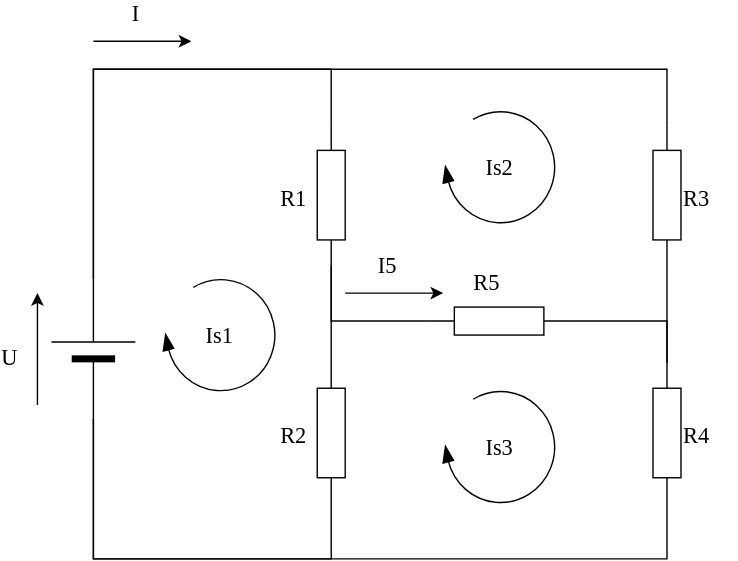
Above: examples/CircuitDiagram.drawio.svg in plow-technologies/onping-hmi-images (draw.io), before the change. Source tidied: cells renumbered, new cells last; positions are measured from the earlier drawing's top-left corner, leaving out a move shared by most shapes. The source it was exported from:
```xml
<mxGraphModel>
  <root>
    <mxCell id="0" />
    <mxCell id="1" parent="0" />
    <mxCell id="2" style="edgeStyle=orthogonalEdgeStyle;rounded=0;html=1;exitX=1;exitY=0.5;exitPerimeter=0;entryX=1;entryY=0.5;entryPerimeter=0;labelBackgroundColor=none;startArrow=none;startFill=0;startSize=5;endArrow=none;endFill=0;endSize=5;jettySize=auto;strokeWidth=1;fontFamily=Verdana;fontSize=12;" parent="1" edge="1" source="4" target="7">
      <mxGeometry relative="1" as="geometry">
        <Array as="points">
          <mxPoint x="50" y="20" />
          <mxPoint x="220" y="20" />
        </Array>
      </mxGeometry>
    </mxCell>
    <mxCell id="3" style="edgeStyle=orthogonalEdgeStyle;rounded=0;html=1;exitX=1;exitY=0.5;exitPerimeter=0;entryX=1;entryY=0.5;entryPerimeter=0;labelBackgroundColor=none;startArrow=none;startFill=0;startSize=5;endArrow=none;endFill=0;endSize=5;jettySize=auto;strokeWidth=1;fontFamily=Verdana;fontSize=12;" parent="1" edge="1" source="4" target="9">
      <mxGeometry relative="1" as="geometry">
        <Array as="points">
          <mxPoint x="50" y="20" />
          <mxPoint x="460" y="20" />
        </Array>
      </mxGeometry>
    </mxCell>
    <mxCell id="4" style="verticalLabelPosition=bottom;shadow=0;dashed=0;align=center;fillColor=#000000;html=1;verticalAlign=top;strokeWidth=1;shape=mxgraph.electrical.miscellaneous.monocell_battery;rounded=1;comic=0;labelBackgroundColor=none;fontFamily=Verdana;fontSize=12;rotation=-90;" parent="1" vertex="1">
      <mxGeometry y="190" width="100" height="60" as="geometry" />
    </mxCell>
    <mxCell id="5" style="edgeStyle=orthogonalEdgeStyle;rounded=0;html=1;exitX=0;exitY=0.5;exitPerimeter=0;entryX=0;entryY=0.5;entryPerimeter=0;labelBackgroundColor=none;startArrow=none;startFill=0;startSize=5;endArrow=none;endFill=0;endSize=5;jettySize=auto;strokeWidth=1;fontFamily=Verdana;fontSize=12;" parent="1" edge="1" source="7" target="15">
      <mxGeometry relative="1" as="geometry" />
    </mxCell>
    <mxCell id="6" style="edgeStyle=orthogonalEdgeStyle;rounded=0;html=1;exitX=0;exitY=0.5;exitPerimeter=0;entryX=1;entryY=0.5;entryPerimeter=0;labelBackgroundColor=none;startArrow=none;startFill=0;startSize=5;endArrow=none;endFill=0;endSize=5;jettySize=auto;strokeWidth=1;fontFamily=Verdana;fontSize=12;" parent="1" edge="1" source="7" target="11">
      <mxGeometry relative="1" as="geometry" />
    </mxCell>
    <mxCell id="7" style="verticalLabelPosition=bottom;shadow=0;dashed=0;align=center;html=1;verticalAlign=top;strokeWidth=1;shape=mxgraph.electrical.resistors.resistor_1;rounded=1;comic=0;labelBackgroundColor=none;fontFamily=Verdana;fontSize=12;rotation=-90;" parent="1" vertex="1">
      <mxGeometry x="170" y="100" width="100" height="20" as="geometry" />
    </mxCell>
    <mxCell id="8" style="edgeStyle=orthogonalEdgeStyle;rounded=0;html=1;exitX=0;exitY=0.5;exitPerimeter=0;entryX=1;entryY=0.5;entryPerimeter=0;labelBackgroundColor=none;startArrow=none;startFill=0;startSize=5;endArrow=none;endFill=0;endSize=5;jettySize=auto;strokeWidth=1;fontFamily=Verdana;fontSize=12;" parent="1" edge="1" source="9" target="13">
      <mxGeometry relative="1" as="geometry" />
    </mxCell>
    <mxCell id="9" style="verticalLabelPosition=bottom;shadow=0;dashed=0;align=center;html=1;verticalAlign=top;strokeWidth=1;shape=mxgraph.electrical.resistors.resistor_1;rounded=1;comic=0;labelBackgroundColor=none;fontFamily=Verdana;fontSize=12;rotation=-90;" parent="1" vertex="1">
      <mxGeometry x="410" y="100" width="100" height="20" as="geometry" />
    </mxCell>
    <mxCell id="10" style="edgeStyle=orthogonalEdgeStyle;rounded=0;html=1;exitX=0;exitY=0.5;exitPerimeter=0;entryX=0;entryY=0.5;entryPerimeter=0;labelBackgroundColor=none;startArrow=none;startFill=0;startSize=5;endArrow=none;endFill=0;endSize=5;jettySize=auto;strokeWidth=1;fontFamily=Verdana;fontSize=12;" parent="1" edge="1" source="11" target="4">
      <mxGeometry relative="1" as="geometry">
        <Array as="points">
          <mxPoint x="220" y="370" />
          <mxPoint x="50" y="370" />
        </Array>
      </mxGeometry>
    </mxCell>
    <mxCell id="11" style="verticalLabelPosition=bottom;shadow=0;dashed=0;align=center;html=1;verticalAlign=top;strokeWidth=1;shape=mxgraph.electrical.resistors.resistor_1;rounded=1;comic=0;labelBackgroundColor=none;fontFamily=Verdana;fontSize=12;rotation=-90;" parent="1" vertex="1">
      <mxGeometry x="170" y="270" width="100" height="20" as="geometry" />
    </mxCell>
    <mxCell id="12" style="edgeStyle=orthogonalEdgeStyle;rounded=0;html=1;exitX=0;exitY=0.5;exitPerimeter=0;entryX=0;entryY=0.5;entryPerimeter=0;labelBackgroundColor=none;startArrow=none;startFill=0;startSize=5;endArrow=none;endFill=0;endSize=5;jettySize=auto;strokeWidth=1;fontFamily=Verdana;fontSize=12;" parent="1" edge="1" source="13" target="4">
      <mxGeometry relative="1" as="geometry">
        <Array as="points">
          <mxPoint x="460" y="370" />
          <mxPoint x="50" y="370" />
        </Array>
      </mxGeometry>
    </mxCell>
    <mxCell id="13" style="verticalLabelPosition=bottom;shadow=0;dashed=0;align=center;html=1;verticalAlign=top;strokeWidth=1;shape=mxgraph.electrical.resistors.resistor_1;rounded=1;comic=0;labelBackgroundColor=none;fontFamily=Verdana;fontSize=12;rotation=-90;" parent="1" vertex="1">
      <mxGeometry x="410" y="270" width="100" height="20" as="geometry" />
    </mxCell>
    <mxCell id="14" style="edgeStyle=orthogonalEdgeStyle;rounded=0;html=1;exitX=1;exitY=0.5;exitPerimeter=0;labelBackgroundColor=none;startArrow=none;startFill=0;startSize=5;endArrow=none;endFill=0;endSize=5;jettySize=auto;strokeWidth=1;fontFamily=Verdana;fontSize=12;" parent="1" edge="1" source="15">
      <mxGeometry relative="1" as="geometry">
        <mxPoint x="460" y="230" as="targetPoint" />
      </mxGeometry>
    </mxCell>
    <mxCell id="15" style="verticalLabelPosition=bottom;shadow=0;dashed=0;align=center;fillColor=#ffffff;html=1;verticalAlign=top;strokeWidth=1;shape=mxgraph.electrical.resistors.resistor_1;rounded=1;comic=0;labelBackgroundColor=none;fontFamily=Verdana;fontSize=12;fontColor=#000000;rotation=0;" parent="1" vertex="1">
      <mxGeometry x="290" y="190" width="100" height="20" as="geometry" />
    </mxCell>
    <mxCell id="16" value="R1" style="text;html=1;align=left;verticalAlign=top;spacingTop=-4;fontSize=16;fontFamily=Verdana;" parent="1" vertex="1">
      <mxGeometry x="182" y="100" width="40" height="20" as="geometry" />
    </mxCell>
    <mxCell id="17" value="R2" style="text;html=1;align=left;verticalAlign=top;spacingTop=-4;fontSize=16;fontFamily=Verdana;" parent="1" vertex="1">
      <mxGeometry x="182" y="270" width="40" height="20" as="geometry" />
    </mxCell>
    <mxCell id="18" value="R5" style="text;html=1;align=left;verticalAlign=top;spacingTop=-4;fontSize=16;fontFamily=Verdana;" parent="1" vertex="1">
      <mxGeometry x="320" y="160" width="40" height="20" as="geometry" />
    </mxCell>
    <mxCell id="19" value="R3" style="text;html=1;align=left;verticalAlign=top;spacingTop=-4;fontSize=16;fontFamily=Verdana;" parent="1" vertex="1">
      <mxGeometry x="470" y="100" width="40" height="20" as="geometry" />
    </mxCell>
    <mxCell id="20" value="R4" style="text;html=1;align=left;verticalAlign=top;spacingTop=-4;fontSize=16;fontFamily=Verdana;" parent="1" vertex="1">
      <mxGeometry x="470" y="270" width="40" height="20" as="geometry" />
    </mxCell>
    <mxCell id="21" value="I" style="endArrow=classic;html=1;labelBackgroundColor=none;strokeWidth=1;fontFamily=Verdana;fontSize=16;" parent="1" edge="1">
      <mxGeometry x="-0.14" y="20" relative="1" as="geometry">
        <mxPoint x="50" as="sourcePoint" />
        <mxPoint x="120" as="targetPoint" />
      </mxGeometry>
    </mxCell>
    <mxCell id="22" value="U" style="endArrow=classic;html=1;labelBackgroundColor=none;strokeWidth=1;fontFamily=Verdana;fontSize=16;" parent="1" edge="1">
      <mxGeometry x="-0.14" y="20" relative="1" as="geometry">
        <mxPoint x="10" y="260" as="sourcePoint" />
        <mxPoint x="10" y="180" as="targetPoint" />
      </mxGeometry>
    </mxCell>
    <mxCell id="23" value="I5" style="endArrow=classic;html=1;labelBackgroundColor=none;strokeWidth=1;fontFamily=Verdana;fontSize=16;" parent="1" edge="1">
      <mxGeometry x="-0.14" y="20" relative="1" as="geometry">
        <mxPoint x="230" y="180" as="sourcePoint" />
        <mxPoint x="300" y="180" as="targetPoint" />
      </mxGeometry>
    </mxCell>
    <mxCell id="24" value="Is1" style="verticalLabelPosition=middle;html=1;verticalAlign=middle;strokeWidth=1;shape=mxgraph.lean_mapping.physical_pull;rounded=1;shadow=0;comic=0;labelBackgroundColor=none;fillColor=#000000;fontFamily=Verdana;fontSize=16;align=center;flipH=1;labelPosition=center;" parent="1" vertex="1">
      <mxGeometry x="100" y="170" width="80" height="80" as="geometry" />
    </mxCell>
    <mxCell id="25" value="Is2" style="verticalLabelPosition=middle;html=1;verticalAlign=middle;strokeWidth=1;shape=mxgraph.lean_mapping.physical_pull;rounded=1;shadow=0;comic=0;labelBackgroundColor=none;fillColor=#000000;fontFamily=Verdana;fontSize=16;align=center;flipH=1;labelPosition=center;" parent="1" vertex="1">
      <mxGeometry x="300" y="50" width="80" height="80" as="geometry" />
    </mxCell>
    <mxCell id="26" value="Is3" style="verticalLabelPosition=middle;html=1;verticalAlign=middle;strokeWidth=1;shape=mxgraph.lean_mapping.physical_pull;rounded=1;shadow=0;comic=0;labelBackgroundColor=none;fillColor=#000000;fontFamily=Verdana;fontSize=16;align=center;flipH=1;labelPosition=center;" parent="1" vertex="1">
      <mxGeometry x="300" y="250" width="80" height="80" as="geometry" />
    </mxCell>
  </root>
</mxGraphModel>
```
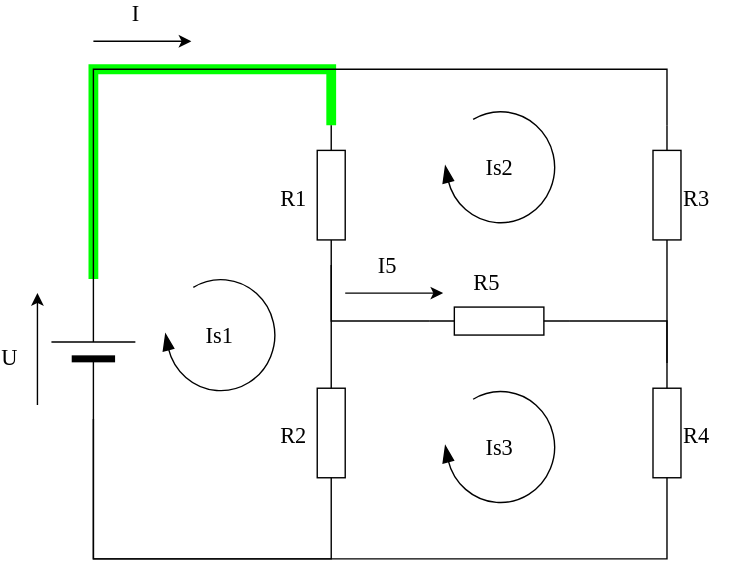
The same file after the commit.

Commit message:
Make the line green

Change to the diagram source:
```diff
@@ -2,7 +2,7 @@
   <root>
     <mxCell id="0" />
     <mxCell id="1" parent="0" />
-    <mxCell id="2" style="edgeStyle=orthogonalEdgeStyle;rounded=0;html=1;exitX=1;exitY=0.5;exitPerimeter=0;entryX=1;entryY=0.5;entryPerimeter=0;labelBackgroundColor=none;startArrow=none;startFill=0;startSize=5;endArrow=none;endFill=0;endSize=5;jettySize=auto;strokeWidth=1;fontFamily=Verdana;fontSize=12;" parent="1" edge="1" source="4" target="7">
+    <mxCell id="2" style="edgeStyle=orthogonalEdgeStyle;rounded=0;html=1;exitX=1;exitY=0.5;exitPerimeter=0;entryX=1;entryY=0.5;entryPerimeter=0;labelBackgroundColor=none;startArrow=none;startFill=0;startSize=5;endArrow=none;endFill=0;endSize=5;jettySize=auto;strokeWidth=7;fontFamily=Verdana;fontSize=12;strokeColor=#00FF00;" parent="1" edge="1" source="4" target="7">
       <mxGeometry relative="1" as="geometry">
         <Array as="points">
           <mxPoint x="50" y="20" />
```
